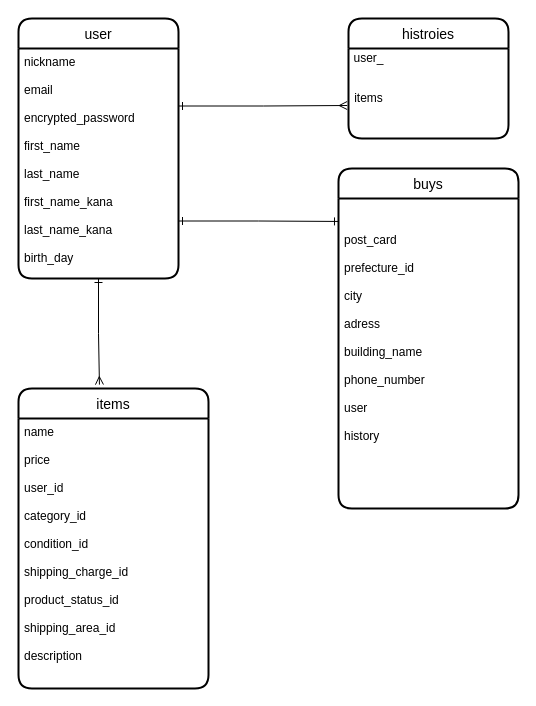
Masato0530/furima-35867 keeps this draw.io diagram as test.dio. Above is the earlier version. Source tidied: cells renumbered, new cells numbered last; positions are measured from the earlier drawing's top-left corner, leaving out a move shared by most shapes. Both pictures are drawn from the tidied source at 100%, with x=0, y=0 at pixel (18, 18).
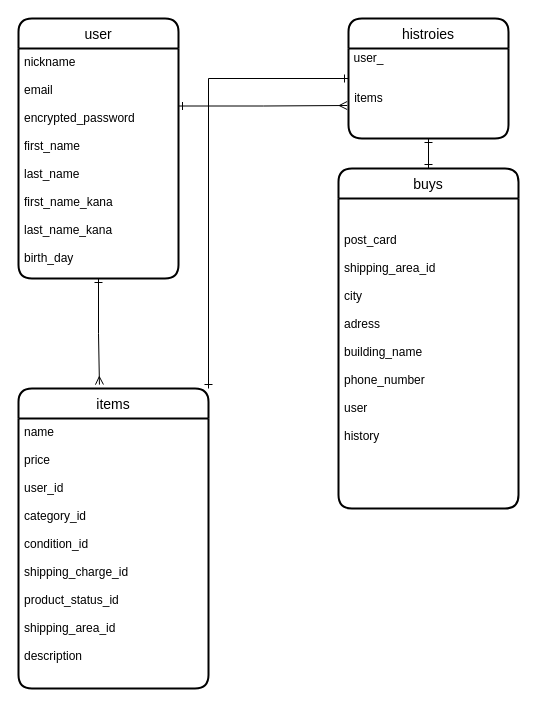
Above is the later version.

The edit, as a diff of the source:
```diff
@@
 <mxGraphModel>
   <root>
     <mxCell id="0" />
     <mxCell id="1" parent="0" />
+    <mxCell id="17" style="edgeStyle=orthogonalEdgeStyle;rounded=0;jettySize=auto;html=1;exitX=1;exitY=0;exitDx=0;exitDy=0;entryX=0;entryY=0.5;entryDx=0;entryDy=0;startArrow=ERone;startFill=0;endArrow=ERone;endFill=0;" parent="1" edge="1" source="2" target="4">
+      <mxGeometry relative="1" as="geometry" />
+    </mxCell>
     <mxCell id="2" value="items" style="swimlane;horizontal=1;startSize=30;rounded=1;fontSize=14;fontStyle=0;strokeWidth=2;shadow=0;dashed=0;align=center;fillColor=none;" parent="1" vertex="1">
       <mxGeometry y="370" width="190" height="300" as="geometry" />
     </mxCell>
     <mxCell id="3" value="name&#10;&#10;price&#10;&#10;user_id&#10;&#10;category_id&#10;&#10;condition_id&#10;&#10;shipping_charge_id&#10;&#10;product_status_id&#10;&#10;shipping_area_id&#10;&#10;description" style="align=left;strokeColor=none;fillColor=none;spacingLeft=4;fontSize=12;verticalAlign=top;" parent="2" vertex="1">
       <mxGeometry y="30" width="190" height="270" as="geometry" />
     </mxCell>
     <mxCell id="4" value="histroies" style="swimlane;horizontal=1;startSize=30;rounded=1;fontSize=14;fontStyle=0;strokeWidth=2;shadow=0;dashed=0;align=center;fillColor=none;" parent="1" vertex="1">
       <mxGeometry x="330" width="160" height="120" as="geometry" />
     </mxCell>
+    <mxCell id="18" style="edgeStyle=orthogonalEdgeStyle;rounded=0;jettySize=auto;html=1;exitX=0.5;exitY=0;exitDx=0;exitDy=0;entryX=0.5;entryY=1;entryDx=0;entryDy=0;startArrow=ERone;startFill=0;endArrow=ERone;endFill=0;" parent="1" edge="1" source="5" target="4">
+      <mxGeometry relative="1" as="geometry" />
+    </mxCell>
     <mxCell id="5" value="buys" style="swimlane;horizontal=1;startSize=30;rounded=1;fontSize=14;fontStyle=0;strokeWidth=2;shadow=0;dashed=0;align=center;fillColor=none;" parent="1" vertex="1">
       <mxGeometry x="320" y="150" width="180" height="340" as="geometry" />
     </mxCell>
-    <mxCell id="6" value="&#10;&#10;post_card&#10;&#10;prefecture_id&#10;&#10;city&#10;&#10;adress&#10;&#10;building_name&#10;&#10;phone_number&#10;&#10;user&#10;&#10;history&#10;&#10;" style="align=left;strokeColor=none;fillColor=none;spacingLeft=4;fontSize=12;verticalAlign=top;" parent="5" vertex="1">
+    <mxCell id="6" value="&#10;&#10;post_card&#10;&#10;shipping_area_id&#10;&#10;city&#10;&#10;adress&#10;&#10;building_name&#10;&#10;phone_number&#10;&#10;user&#10;&#10;history&#10;&#10;" style="align=left;strokeColor=none;fillColor=none;spacingLeft=4;fontSize=12;verticalAlign=top;" parent="5" vertex="1">
       <mxGeometry y="30" width="180" height="310" as="geometry" />
     </mxCell>
     <mxCell id="7" style="edgeStyle=orthogonalEdgeStyle;rounded=0;orthogonalLoop=1;jettySize=auto;html=1;exitX=0.5;exitY=1;exitDx=0;exitDy=0;" parent="5" edge="1" source="6" target="6">
       <mxGeometry relative="1" as="geometry" />
     </mxCell>
     <mxCell id="8" style="edgeStyle=orthogonalEdgeStyle;rounded=0;orthogonalLoop=1;jettySize=auto;html=1;exitX=0.5;exitY=1;exitDx=0;exitDy=0;" parent="5" edge="1" source="6" target="6">
       <mxGeometry relative="1" as="geometry" />
     </mxCell>
     <mxCell id="9" style="edgeStyle=orthogonalEdgeStyle;rounded=0;orthogonalLoop=1;jettySize=auto;html=1;exitX=0.5;exitY=1;exitDx=0;exitDy=0;startArrow=ERone;startFill=0;endArrow=ERmany;endFill=0;" parent="5" edge="1" source="6" target="6">
       <mxGeometry relative="1" as="geometry" />
     </mxCell>
     <mxCell id="10" value="user_" style="text;html=1;align=center;verticalAlign=middle;" parent="1" vertex="1">
       <mxGeometry x="325" y="30" width="50" height="20" as="geometry" />
     </mxCell>
     <mxCell id="11" value="items" style="text;html=1;align=center;verticalAlign=middle;points=[];" parent="1" vertex="1">
       <mxGeometry x="330" y="70" width="40" height="20" as="geometry" />
     </mxCell>
     <mxCell id="12" value="user" style="swimlane;horizontal=1;startSize=30;rounded=1;fontSize=14;fontStyle=0;strokeWidth=2;shadow=0;dashed=0;align=center;" parent="1" vertex="1">
       <mxGeometry width="160" height="260" as="geometry" />
     </mxCell>
     <mxCell id="13" value="nickname&#10;&#10;email&#10;&#10;encrypted_password&#10;&#10;first_name&#10;&#10;last_name&#10;&#10;first_name_kana&#10;&#10;last_name_kana&#10;&#10;birth_day&#10;&#10;&#10;&#10;&#10;" style="align=left;strokeColor=none;fillColor=none;spacingLeft=4;fontSize=12;verticalAlign=top;" parent="12" vertex="1">
       <mxGeometry y="30" width="160" height="230" as="geometry" />
     </mxCell>
     <mxCell id="14" style="edgeStyle=orthogonalEdgeStyle;rounded=0;jettySize=auto;html=1;exitX=1;exitY=0.25;exitDx=0;exitDy=0;entryX=-0.033;entryY=0.85;entryDx=0;entryDy=0;entryPerimeter=0;startArrow=ERone;startFill=0;endArrow=ERmany;endFill=0;" parent="1" edge="1" source="13" target="11">
       <mxGeometry relative="1" as="geometry" />
     </mxCell>
     <mxCell id="15" style="edgeStyle=orthogonalEdgeStyle;rounded=0;jettySize=auto;html=1;exitX=0.5;exitY=1;exitDx=0;exitDy=0;entryX=0.426;entryY=-0.013;entryDx=0;entryDy=0;entryPerimeter=0;startArrow=ERone;startFill=0;endArrow=ERmany;endFill=0;" parent="1" edge="1" source="13" target="2">
       <mxGeometry relative="1" as="geometry" />
     </mxCell>
-    <mxCell id="16" style="edgeStyle=orthogonalEdgeStyle;rounded=0;jettySize=auto;html=1;exitX=1;exitY=0.75;exitDx=0;exitDy=0;entryX=0;entryY=0.074;entryDx=0;entryDy=0;entryPerimeter=0;startArrow=ERone;startFill=0;endArrow=ERone;endFill=0;" parent="1" edge="1" source="13" target="6">
-      <mxGeometry relative="1" as="geometry" />
-    </mxCell>
   </root>
 </mxGraphModel>
```
